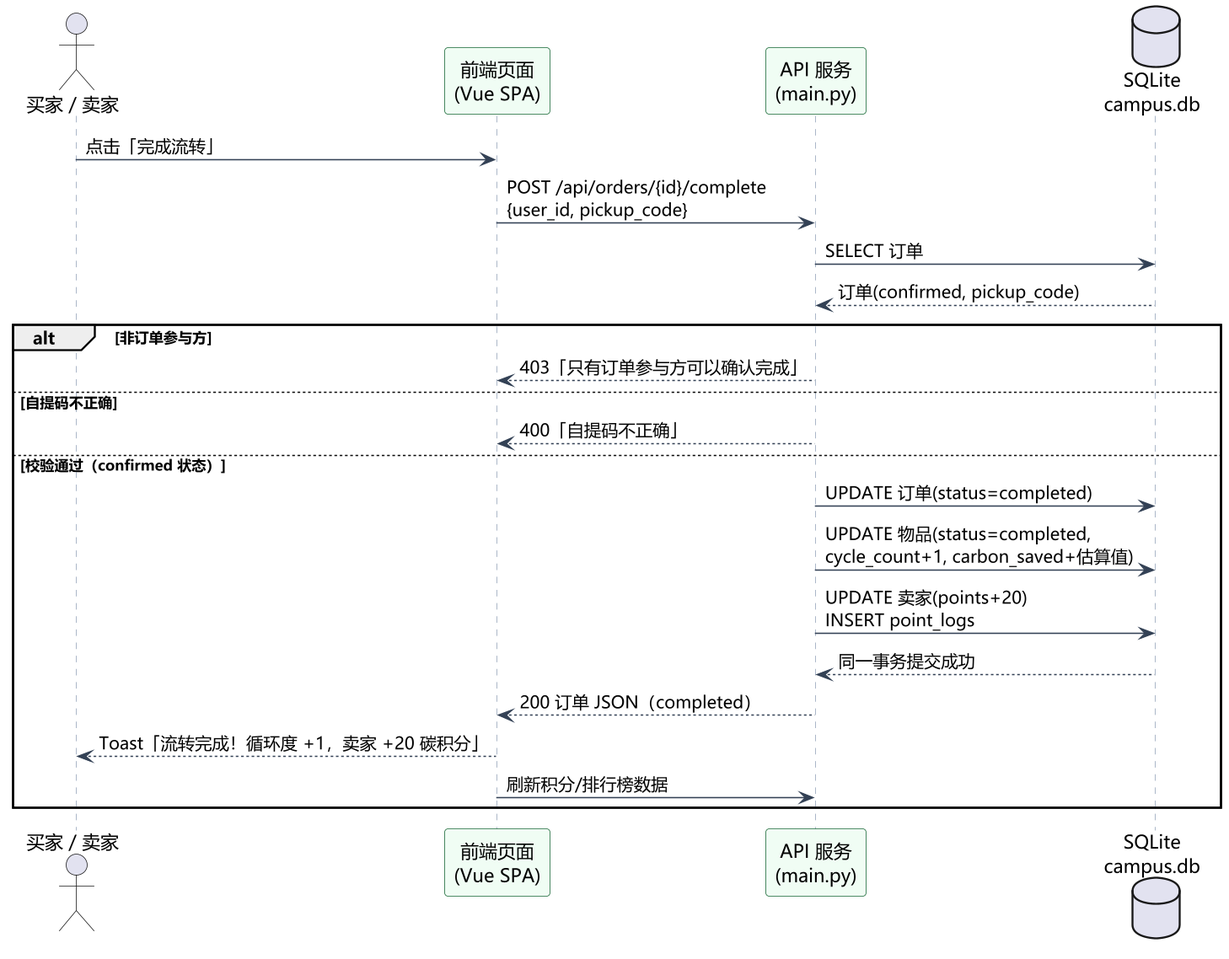
The PlantUML diagram docs/reports/assets/seq_complete.png in dogflydream/software-require-project-exam1, before a commit. Source of this version:
```plantuml
@startuml
!pragma layout smetana
skinparam defaultFontName "Microsoft YaHei"
skinparam dpi 150
skinparam shadowing false
skinparam sequence {
  ArrowColor #334155
  LifeLineBorderColor #94A3B8
  ParticipantBackgroundColor #F0FDF4
  ParticipantBorderColor #166534
}
actor "买家 / 卖家" as U
participant "前端页面\n(Vue SPA)" as FE
participant "API 服务\n(main.py)" as API
database "SQLite\ncampus.db" as DB
U -> FE : 点击「完成流转」
FE -> API : POST /api/orders/{id}/complete\n{user_id, pickup_code}
API -> DB : SELECT 订单
DB --> API : 订单(confirmed, pickup_code)
alt 非订单参与方
  API --> FE : 403「只有订单参与方可以确认完成」
else 自提码不正确
  API --> FE : 400「自提码不正确」
else 校验通过（confirmed 状态）
  API -> DB : UPDATE 订单(status=completed)
  API -> DB : UPDATE 物品(status=completed,\ncycle_count+1, carbon_saved+估算值)
  API -> DB : UPDATE 卖家(points+20)\nINSERT point_logs
  DB --> API : 同一事务提交成功
  API --> FE : 200 订单 JSON（completed）
  FE --> U : Toast「流转完成！循环度 +1，卖家 +20 碳积分」
  FE -> API : 刷新积分/排行榜数据
end
@enduml
```
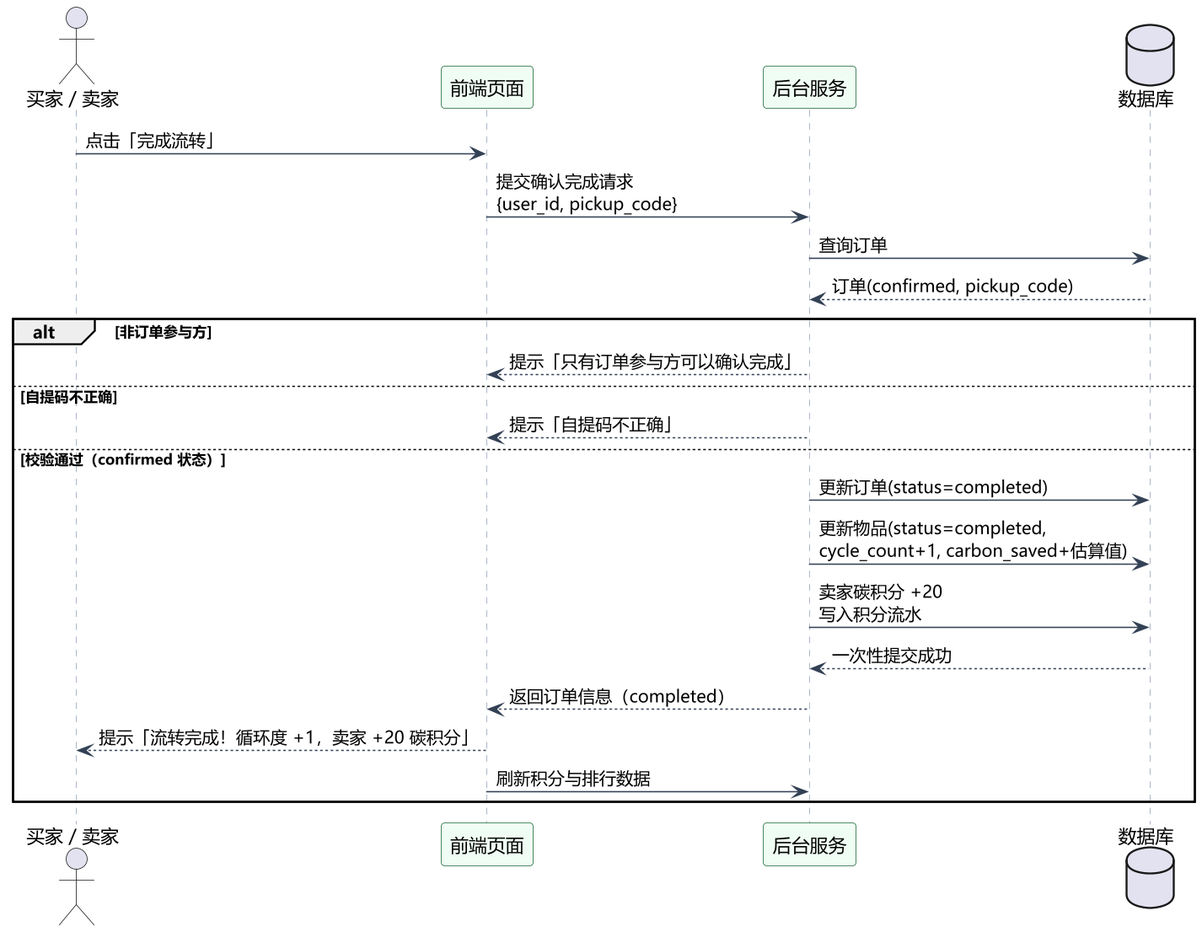
After the commit.

Change to the diagram source:
```diff
@@ -10,24 +10,24 @@
   ParticipantBorderColor #166534
 }
 actor "买家 / 卖家" as U
-participant "前端页面\n(Vue SPA)" as FE
-participant "API 服务\n(main.py)" as API
-database "SQLite\ncampus.db" as DB
+participant "前端页面" as FE
+participant "后台服务" as API
+database "数据库" as DB
 U -> FE : 点击「完成流转」
-FE -> API : POST /api/orders/{id}/complete\n{user_id, pickup_code}
-API -> DB : SELECT 订单
+FE -> API : 提交确认完成请求\n{user_id, pickup_code}
+API -> DB : 查询订单
 DB --> API : 订单(confirmed, pickup_code)
 alt 非订单参与方
-  API --> FE : 403「只有订单参与方可以确认完成」
+  API --> FE : 提示「只有订单参与方可以确认完成」
 else 自提码不正确
-  API --> FE : 400「自提码不正确」
+  API --> FE : 提示「自提码不正确」
 else 校验通过（confirmed 状态）
-  API -> DB : UPDATE 订单(status=completed)
-  API -> DB : UPDATE 物品(status=completed,\ncycle_count+1, carbon_saved+估算值)
-  API -> DB : UPDATE 卖家(points+20)\nINSERT point_logs
-  DB --> API : 同一事务提交成功
-  API --> FE : 200 订单 JSON（completed）
-  FE --> U : Toast「流转完成！循环度 +1，卖家 +20 碳积分」
-  FE -> API : 刷新积分/排行榜数据
+  API -> DB : 更新订单(status=completed)
+  API -> DB : 更新物品(status=completed,\ncycle_count+1, carbon_saved+估算值)
+  API -> DB : 卖家碳积分 +20\n写入积分流水
+  DB --> API : 一次性提交成功
+  API --> FE : 返回订单信息（completed）
+  FE --> U : 提示「流转完成！循环度 +1，卖家 +20 碳积分」
+  FE -> API : 刷新积分与排行数据
 end
 @enduml
```
